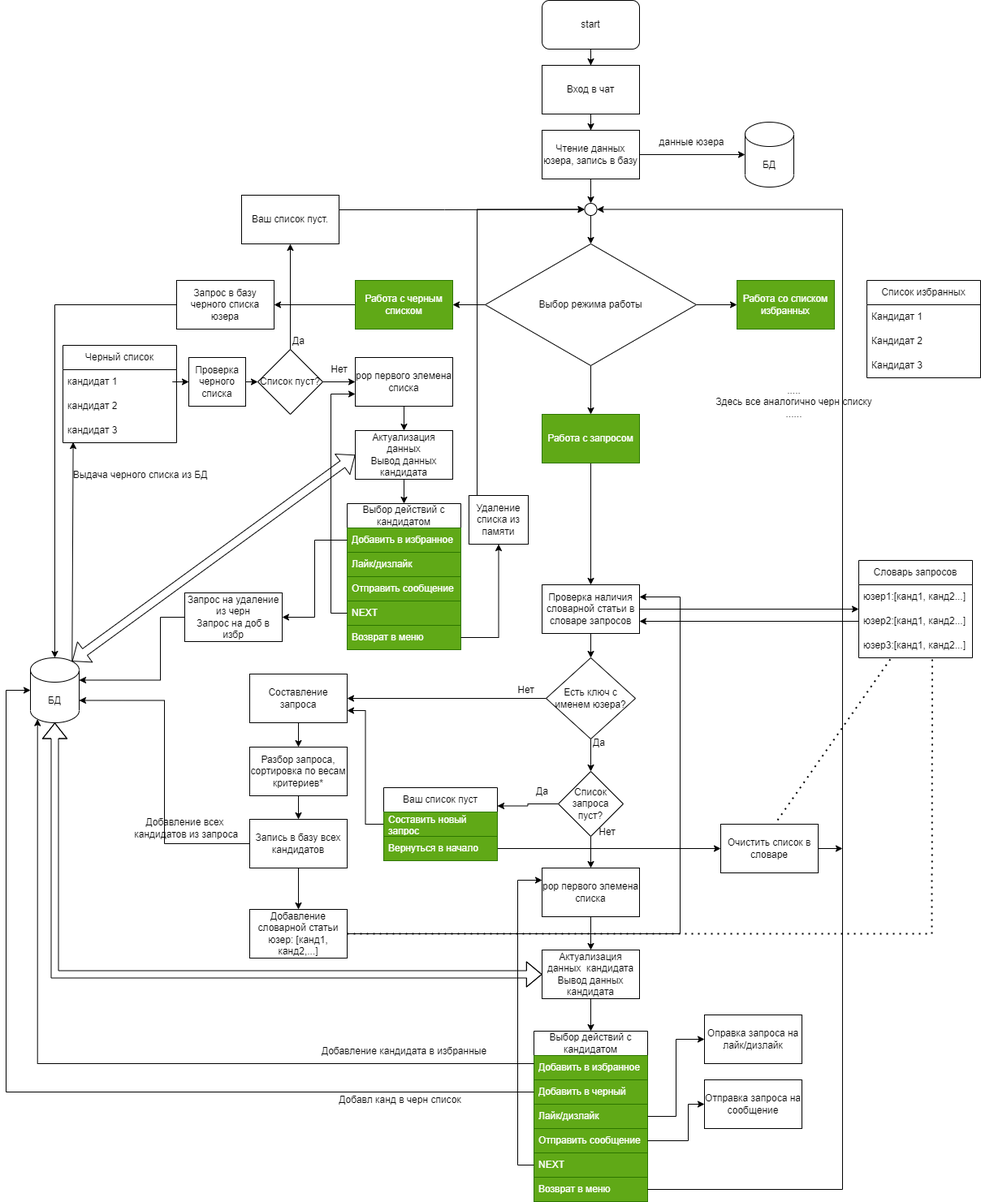
The draw.io diagram schem.png in TimurTsedik/VKinder, before a commit. Source tidied: cells renumbered, new cells last; positions are measured from the earlier drawing's top-left corner, leaving out a move shared by most shapes.
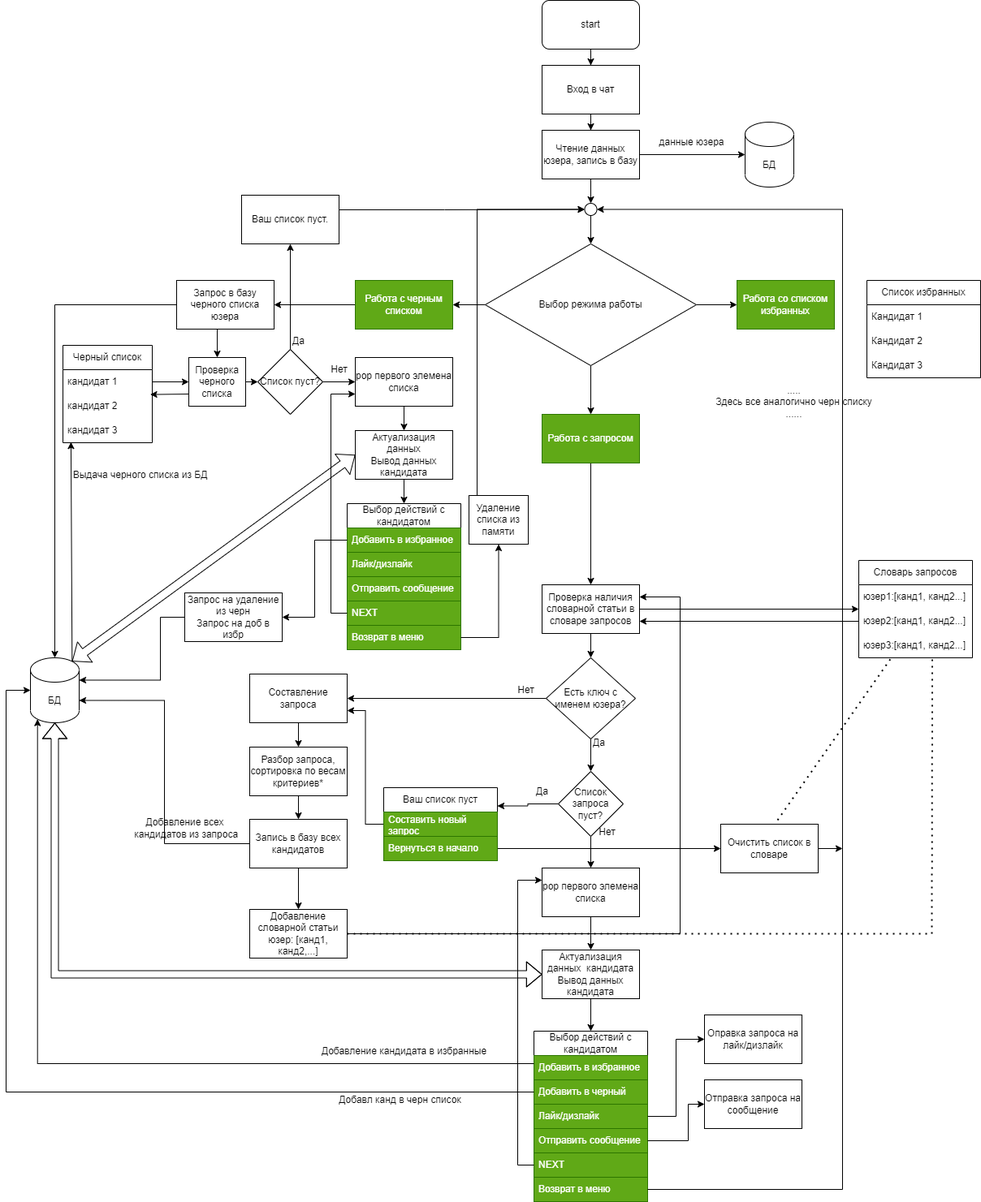
The same file after the commit.

Commit message:
редактирование блок-схемы

Change to the diagram source:
```diff
@@ -69,16 +69,16 @@
       <mxGeometry y="90" width="140" height="30" as="geometry" />
     </mxCell>
     <mxCell id="24" value="Черный список" style="swimlane;fontStyle=0;horizontal=1;startSize=30;whiteSpace=wrap;html=1;" parent="1" vertex="1">
-      <mxGeometry x="70" y="425" width="140" height="120" as="geometry" />
+      <mxGeometry x="70" y="425" width="110" height="120" as="geometry" />
     </mxCell>
     <mxCell id="25" value="кандидат 1" style="text;strokeColor=none;fillColor=none;align=left;verticalAlign=middle;spacingLeft=4;spacingRight=4;overflow=hidden;points=[[0,0.5],[1,0.5]];portConstraint=eastwest;whiteSpace=wrap;html=1;" parent="24" vertex="1">
-      <mxGeometry y="30" width="140" height="30" as="geometry" />
+      <mxGeometry y="30" width="110" height="30" as="geometry" />
     </mxCell>
     <mxCell id="26" value="кандидат 2" style="text;strokeColor=none;fillColor=none;align=left;verticalAlign=middle;spacingLeft=4;spacingRight=4;overflow=hidden;points=[[0,0.5],[1,0.5]];portConstraint=eastwest;whiteSpace=wrap;html=1;" parent="24" vertex="1">
-      <mxGeometry y="60" width="140" height="30" as="geometry" />
+      <mxGeometry y="60" width="110" height="30" as="geometry" />
     </mxCell>
     <mxCell id="27" value="кандидат 3" style="text;strokeColor=none;fillColor=none;align=left;verticalAlign=middle;spacingLeft=4;spacingRight=4;overflow=hidden;points=[[0,0.5],[1,0.5]];portConstraint=eastwest;whiteSpace=wrap;html=1;" parent="24" vertex="1">
-      <mxGeometry y="90" width="140" height="30" as="geometry" />
+      <mxGeometry y="90" width="110" height="30" as="geometry" />
     </mxCell>
     <mxCell id="28" value="Словарь запросов" style="swimlane;fontStyle=0;horizontal=1;startSize=30;whiteSpace=wrap;html=1;" parent="1" vertex="1">
       <mxGeometry x="1050" y="690" width="140" height="120" as="geometry" />
@@ -266,6 +266,9 @@
     <mxCell id="84" style="edgeStyle=orthogonalEdgeStyle;rounded=0;jettySize=auto;html=1;entryX=0.5;entryY=0;entryDx=0;entryDy=0;entryPerimeter=0;" parent="1" edge="1" source="85" target="58">
       <mxGeometry relative="1" as="geometry" />
     </mxCell>
+    <mxCell id="123" style="edgeStyle=orthogonalEdgeStyle;rounded=0;jettySize=auto;html=1;exitX=0.5;exitY=1;exitDx=0;exitDy=0;entryX=0.5;entryY=0;entryDx=0;entryDy=0;" parent="1" edge="1" source="85" target="122">
+      <mxGeometry relative="1" as="geometry" />
+    </mxCell>
     <mxCell id="85" value="Запрос в базу черного списка юзера" style="rounded=0;whiteSpace=wrap;html=1;" parent="1" vertex="1">
       <mxGeometry x="210" y="345" width="120" height="60" as="geometry" />
     </mxCell>
@@ -283,7 +286,7 @@
         </Array>
       </mxGeometry>
     </mxCell>
-    <mxCell id="89" style="edgeStyle=orthogonalEdgeStyle;rounded=0;jettySize=auto;html=1;entryX=0;entryY=0.5;entryDx=0;entryDy=0;" parent="1" edge="1" source="25" target="122">
+    <mxCell id="89" style="edgeStyle=orthogonalEdgeStyle;rounded=0;jettySize=auto;html=1;entryX=0;entryY=0.5;entryDx=0;entryDy=0;exitX=1;exitY=0.5;exitDx=0;exitDy=0;" parent="1" edge="1" source="25" target="122">
       <mxGeometry relative="1" as="geometry" />
     </mxCell>
     <mxCell id="90" style="edgeStyle=orthogonalEdgeStyle;rounded=0;jettySize=auto;html=1;" parent="1" edge="1" source="91" target="93">
@@ -417,5 +420,8 @@
     <mxCell id="122" value="Проверка черного списка" style="rounded=0;whiteSpace=wrap;html=1;" parent="1" vertex="1">
       <mxGeometry x="225" y="440" width="70" height="60" as="geometry" />
     </mxCell>
+    <mxCell id="124" style="endArrow=classic;html=1;rounded=0;exitX=0;exitY=0.75;exitDx=0;exitDy=0;entryX=0.978;entryY=0.02;entryDx=0;entryDy=0;entryPerimeter=0;" parent="1" edge="1" source="122" target="26">
+      <mxGeometry relative="1" as="geometry" />
+    </mxCell>
   </root>
 </mxGraphModel>
```
